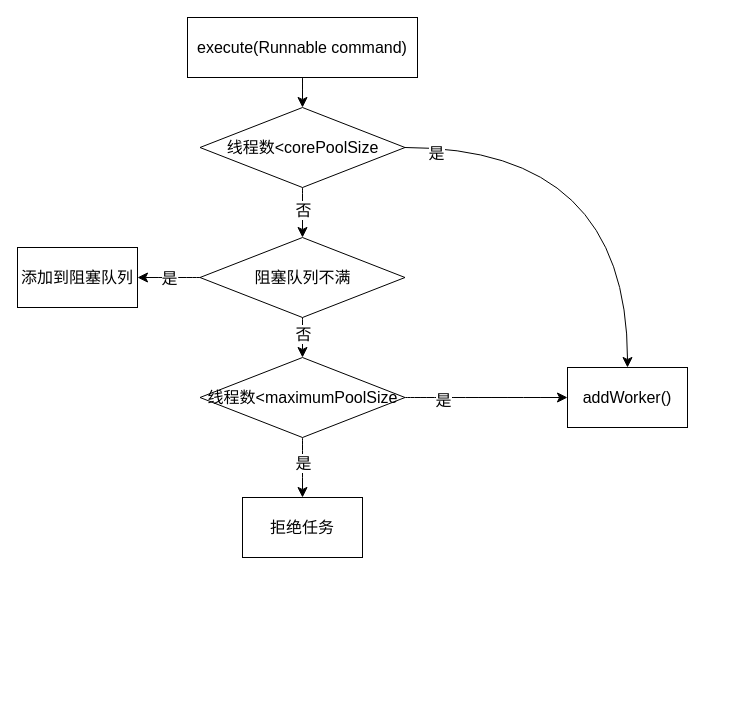
Above: 线程池添加任务.drawio in ordinarylq/personal-drawer (draw.io), before the change. Source tidied: cells renumbered, new cells numbered last; positions are measured from the earlier drawing's top-left corner, leaving out a move shared by most shapes. Both pictures are drawn from the tidied source at 100%, with x=0, y=0 at pixel (17, 17).
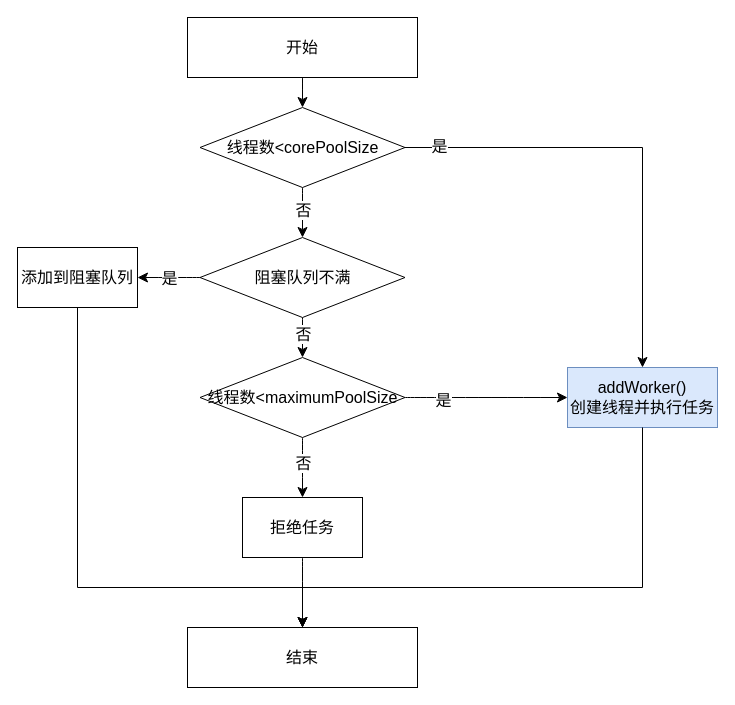
After the change.

Commit message (it also covers changes not shown here):
更新线程池添加任务.drawio

The change refers to these unchanged cells:
```xml
<mxCell id="8" value="线程数&amp;lt;corePoolSize" style="rhombus;whiteSpace=wrap;html=1;fontSize=16;rounded=0;" parent="1" vertex="1">
  <mxGeometry x="182.5" y="90" width="205" height="80" as="geometry" />
</mxCell>
<mxCell id="16" style="edgeStyle=none;curved=1;rounded=0;jettySize=auto;html=1;fontSize=12;startSize=8;endSize=8;" parent="1" edge="1" source="18" target="21">
  <mxGeometry relative="1" as="geometry" />
</mxCell>
<mxCell id="19" value="添加到阻塞队列" style="whiteSpace=wrap;html=1;fontSize=16;rounded=0;" parent="1" vertex="1">
  <mxGeometry y="230" width="120" height="60" as="geometry" />
</mxCell>
<mxCell id="21" value="拒绝任务" style="whiteSpace=wrap;html=1;fontSize=16;rounded=0;" parent="1" vertex="1">
  <mxGeometry x="225" y="480" width="120" height="60" as="geometry" />
</mxCell>
```

Diff of the diagram source:
```diff
@@
-    <mxCell id="3" style="edgeStyle=none;curved=1;rounded=0;jettySize=auto;html=1;exitX=1;exitY=0.5;exitDx=0;exitDy=0;fontSize=12;startSize=8;endSize=8;entryX=0.5;entryY=0;entryDx=0;entryDy=0;" parent="1" edge="1" source="8" target="20">
-      <mxGeometry relative="1" as="geometry">
-        <Array as="points">
-          <mxPoint x="610" y="130" />
-        </Array>
-      </mxGeometry>
-    </mxCell>
-    <mxCell id="4" value="是" style="edgeLabel;html=1;align=center;verticalAlign=middle;fontSize=16;" parent="3" vertex="1">
-      <mxGeometry x="-0.86" y="-5" relative="1" as="geometry" />
-    </mxCell>
-    <mxCell id="5" value="execute(Runnable command)" style="rounded=0;whiteSpace=wrap;html=1;fontSize=16;" parent="1" vertex="1">
+    <mxCell id="5" value="开始" style="rounded=0;whiteSpace=wrap;html=1;fontSize=16;" parent="1" vertex="1">
       <mxGeometry x="170" width="230" height="60" as="geometry" />
     </mxCell>
@@
-    <mxCell id="17" value="是" style="edgeLabel;html=1;align=center;verticalAlign=middle;fontSize=16;" parent="16" vertex="1">
+    <mxCell id="17" value="否" style="edgeLabel;html=1;align=center;verticalAlign=middle;fontSize=16;" parent="16" vertex="1">
       <mxGeometry x="-0.16" y="2" relative="1" as="geometry">
         <mxPoint x="-2" as="offset" />
       </mxGeometry>
     </mxCell>
@@
-    <mxCell id="20" value="addWorker()" style="whiteSpace=wrap;html=1;fontSize=16;rounded=0;" parent="1" vertex="1">
-      <mxGeometry x="550" y="350" width="120" height="60" as="geometry" />
+    <mxCell id="20" value="addWorker()&lt;br&gt;创建线程并执行任务" style="whiteSpace=wrap;html=1;fontSize=16;rounded=0;fillColor=#dae8fc;strokeColor=#6c8ebf;" parent="1" vertex="1">
+      <mxGeometry x="550" y="350" width="150" height="60" as="geometry" />
     </mxCell>
+    <mxCell id="22" style="edgeStyle=none;curved=1;rounded=0;jettySize=auto;html=1;exitX=0.5;exitY=1;exitDx=0;exitDy=0;entryX=0.5;entryY=0;entryDx=0;entryDy=0;fontSize=12;startSize=8;endSize=8;" parent="1" edge="1" source="21" target="23">
+      <mxGeometry relative="1" as="geometry" />
+    </mxCell>
@@
+    <mxCell id="3" style="edgeStyle=elbowEdgeStyle;elbow=vertical;endArrow=classic;html=1;curved=0;rounded=0;endSize=8;startSize=8;fontSize=12;exitX=1;exitY=0.5;exitDx=0;exitDy=0;entryX=0.5;entryY=0;entryDx=0;entryDy=0;" parent="1" edge="1" source="8" target="20">
+      <mxGeometry relative="1" as="geometry">
+        <Array as="points">
+          <mxPoint x="510" y="130" />
+        </Array>
+      </mxGeometry>
+    </mxCell>
+    <mxCell id="4" value="是" style="edgeLabel;html=1;align=center;verticalAlign=middle;fontSize=16;" parent="3" vertex="1">
+      <mxGeometry x="-0.85" y="2" relative="1" as="geometry" />
+    </mxCell>
+    <mxCell id="23" value="结束" style="rounded=0;whiteSpace=wrap;html=1;fontSize=16;" parent="1" vertex="1">
+      <mxGeometry x="170" y="610" width="230" height="60" as="geometry" />
+    </mxCell>
+    <mxCell id="24" style="edgeStyle=elbowEdgeStyle;elbow=vertical;endArrow=classic;html=1;curved=0;rounded=0;endSize=8;startSize=8;fontSize=12;exitX=0.5;exitY=1;exitDx=0;exitDy=0;entryX=0.5;entryY=0;entryDx=0;entryDy=0;" parent="1" edge="1" source="19" target="23">
+      <mxGeometry relative="1" as="geometry">
+        <Array as="points">
+          <mxPoint x="150" y="570" />
+        </Array>
+      </mxGeometry>
+    </mxCell>
+    <mxCell id="25" style="edgeStyle=segmentEdgeStyle;endArrow=classic;html=1;curved=0;rounded=0;endSize=8;startSize=8;fontSize=12;exitX=0.5;exitY=1;exitDx=0;exitDy=0;entryX=0.5;entryY=0;entryDx=0;entryDy=0;" parent="1" edge="1" source="20" target="23">
+      <mxGeometry relative="1" as="geometry">
+        <Array as="points">
+          <mxPoint x="625" y="570" />
+          <mxPoint x="285" y="570" />
+        </Array>
+      </mxGeometry>
+    </mxCell>
```
